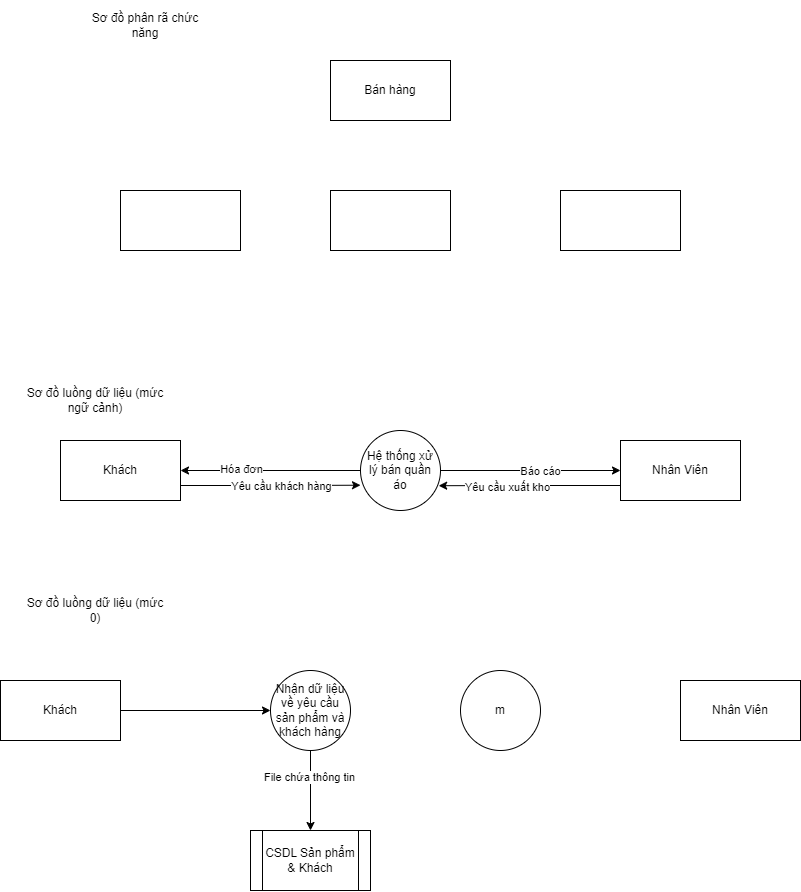
Before: DFD1.png, a diagram exported from draw.io (InfiniteByte1811/branch1). Source tidied: cells renumbered, new cells last; positions are measured from the earlier drawing's top-left corner, leaving out a move shared by most shapes.
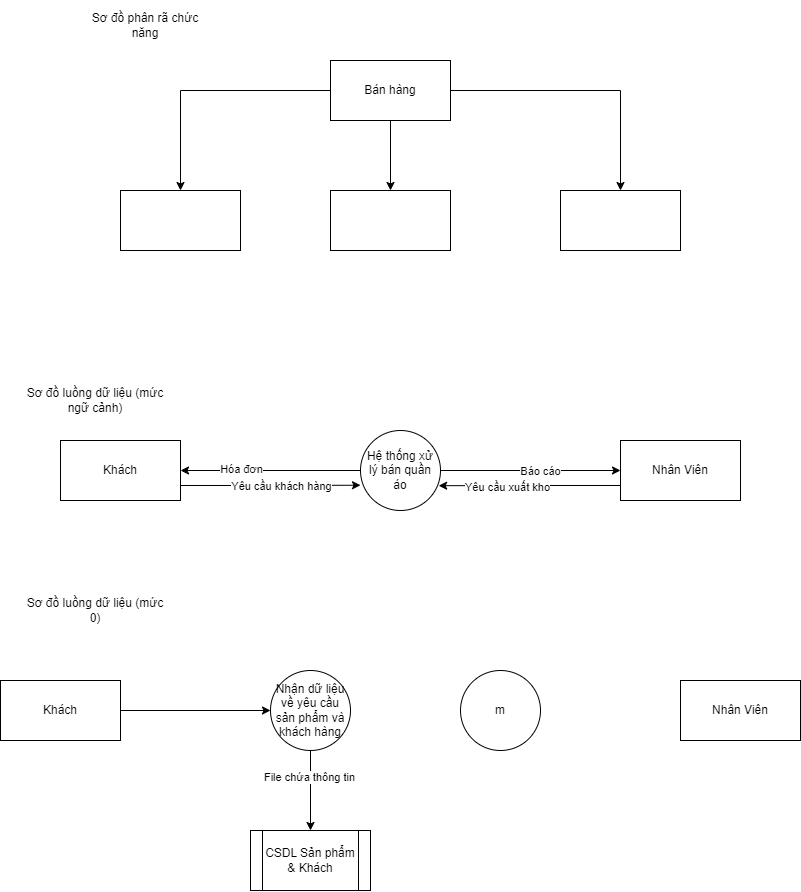
Above is the later version.

Commit message:
Cập nhật DFD1.png

The edit, as a diff of the source:
```diff
@@ -68,6 +68,15 @@
     <mxCell id="23" value="Sơ đồ phân rã chức năng" style="text;html=1;strokeColor=none;fillColor=none;align=center;verticalAlign=middle;whiteSpace=wrap;rounded=0;" parent="1" vertex="1">
       <mxGeometry x="90" width="110" height="50" as="geometry" />
     </mxCell>
+    <mxCell id="28" style="edgeStyle=orthogonalEdgeStyle;rounded=0;jettySize=auto;html=1;" parent="1" edge="1" source="24" target="25">
+      <mxGeometry relative="1" as="geometry" />
+    </mxCell>
+    <mxCell id="29" style="edgeStyle=orthogonalEdgeStyle;rounded=0;jettySize=auto;html=1;entryX=0.5;entryY=0;entryDx=0;entryDy=0;" parent="1" edge="1" source="24" target="26">
+      <mxGeometry relative="1" as="geometry" />
+    </mxCell>
+    <mxCell id="30" style="edgeStyle=orthogonalEdgeStyle;rounded=0;jettySize=auto;html=1;entryX=0.5;entryY=0;entryDx=0;entryDy=0;" parent="1" edge="1" source="24" target="27">
+      <mxGeometry relative="1" as="geometry" />
+    </mxCell>
     <mxCell id="24" value="Bán hàng" style="rounded=0;whiteSpace=wrap;html=1;" parent="1" vertex="1">
       <mxGeometry x="330" y="60" width="120" height="60" as="geometry" />
     </mxCell>
```
